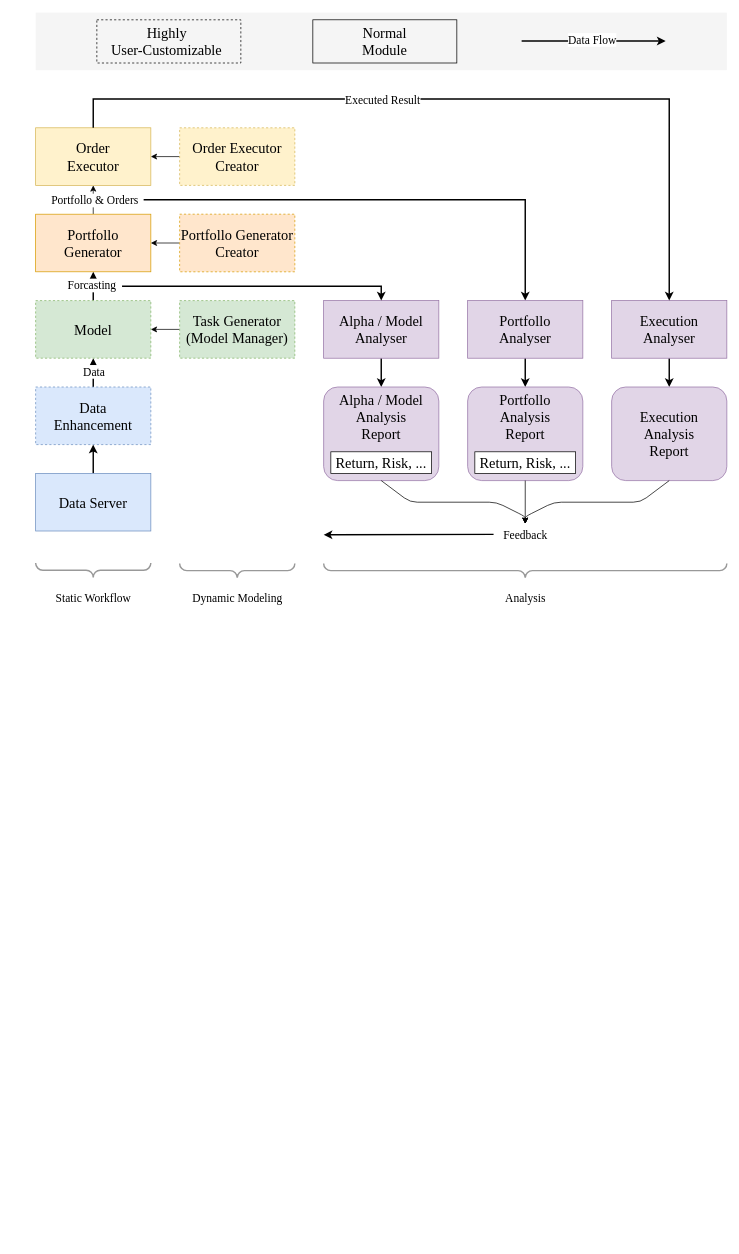
Earlier version of the draw.io diagram draw/Qlib流程.drawio (zhiyuan5986/draw_io). Source tidied: cells renumbered, new cells numbered last; positions are measured from the earlier drawing's top-left corner, leaving out a move shared by most shapes. Both pictures are drawn from the tidied source at 72%, with x=0, y=0 at pixel (35, 12).
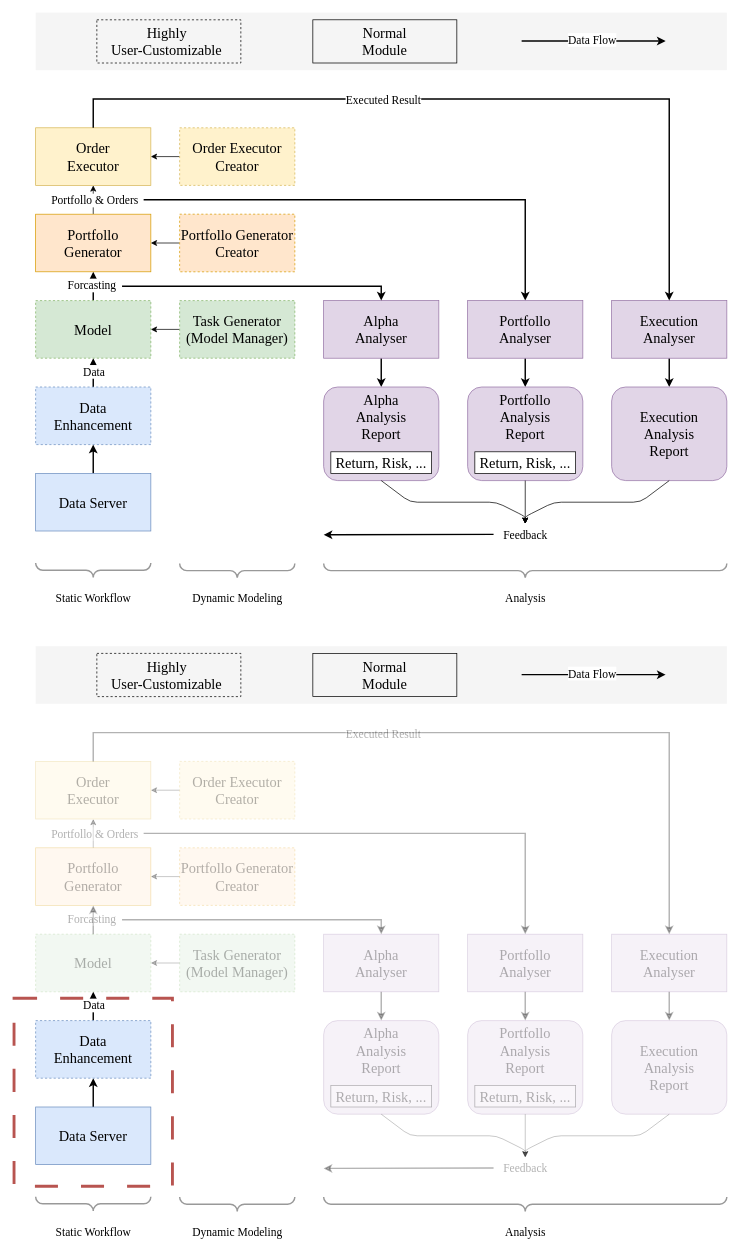
The same page after the edit.

The edit, as a diff of the source:
```diff
@@
-    <mxCell id="16" value="&lt;div&gt;&lt;font style=&quot;font-size: 20px;&quot; face=&quot;Times New Roman&quot;&gt;Alpha / Model&lt;/font&gt;&lt;/div&gt;&lt;font style=&quot;font-size: 20px;&quot; face=&quot;Times New Roman&quot;&gt;Analyser&lt;/font&gt;" style="rounded=0;whiteSpace=wrap;html=1;fillColor=#e1d5e7;strokeColor=#9673a6;" parent="1" vertex="1">
+    <mxCell id="16" value="&lt;div&gt;&lt;font style=&quot;font-size: 20px;&quot; face=&quot;Times New Roman&quot;&gt;Alpha&lt;/font&gt;&lt;/div&gt;&lt;font style=&quot;font-size: 20px;&quot; face=&quot;Times New Roman&quot;&gt;Analyser&lt;/font&gt;" style="rounded=0;whiteSpace=wrap;html=1;fillColor=#e1d5e7;strokeColor=#9673a6;" parent="1" vertex="1">
       <mxGeometry x="400" y="400" width="160" height="80" as="geometry" />
     </mxCell>
@@
-    <mxCell id="30" value="&lt;font style=&quot;font-size: 20px;&quot;&gt;Alpha / Model&lt;/font&gt;&lt;div style=&quot;font-size: 20px;&quot;&gt;&lt;font style=&quot;font-size: 20px;&quot;&gt;Analysis&lt;/font&gt;&lt;/div&gt;&lt;div style=&quot;font-size: 20px;&quot;&gt;&lt;font style=&quot;font-size: 20px;&quot;&gt;Report&lt;/font&gt;&lt;/div&gt;&lt;div style=&quot;font-size: 20px;&quot;&gt;&lt;font style=&quot;font-size: 20px;&quot;&gt;&lt;br&gt;&lt;/font&gt;&lt;/div&gt;&lt;div style=&quot;font-size: 20px;&quot;&gt;&lt;font style=&quot;font-size: 20px;&quot;&gt;&lt;br&gt;&lt;/font&gt;&lt;/div&gt;" style="rounded=1;whiteSpace=wrap;html=1;fontFamily=Times New Roman;fillColor=#e1d5e7;strokeColor=#9673a6;" parent="1" vertex="1">
+    <mxCell id="30" value="&lt;font style=&quot;font-size: 20px;&quot;&gt;Alpha&lt;/font&gt;&lt;div style=&quot;font-size: 20px;&quot;&gt;&lt;font style=&quot;font-size: 20px;&quot;&gt;Analysis&lt;/font&gt;&lt;/div&gt;&lt;div style=&quot;font-size: 20px;&quot;&gt;&lt;font style=&quot;font-size: 20px;&quot;&gt;Report&lt;/font&gt;&lt;/div&gt;&lt;div style=&quot;font-size: 20px;&quot;&gt;&lt;font style=&quot;font-size: 20px;&quot;&gt;&lt;br&gt;&lt;/font&gt;&lt;/div&gt;&lt;div style=&quot;font-size: 20px;&quot;&gt;&lt;font style=&quot;font-size: 20px;&quot;&gt;&lt;br&gt;&lt;/font&gt;&lt;/div&gt;" style="rounded=1;whiteSpace=wrap;html=1;fontFamily=Times New Roman;fillColor=#e1d5e7;strokeColor=#9673a6;" parent="1" vertex="1">
       <mxGeometry x="400" y="520" width="160" height="130" as="geometry" />
     </mxCell>
@@
+    <mxCell id="51" style="edgeStyle=orthogonalEdgeStyle;rounded=0;jettySize=auto;html=1;strokeWidth=2;" parent="1" edge="1" source="52" target="55">
+      <mxGeometry relative="1" as="geometry" />
+    </mxCell>
+    <mxCell id="52" value="&lt;font face=&quot;Times New Roman&quot; style=&quot;font-size: 20px;&quot;&gt;Data Server&lt;/font&gt;" style="rounded=0;whiteSpace=wrap;html=1;fillColor=#dae8fc;strokeColor=#6c8ebf;" parent="1" vertex="1">
+      <mxGeometry y="1520" width="160" height="80" as="geometry" />
+    </mxCell>
+    <mxCell id="53" style="edgeStyle=orthogonalEdgeStyle;rounded=0;jettySize=auto;html=1;strokeWidth=2;" parent="1" edge="1" source="55" target="60">
+      <mxGeometry relative="1" as="geometry" />
+    </mxCell>
+    <mxCell id="54" value="&lt;font style=&quot;font-size: 16px;&quot; face=&quot;Times New Roman&quot;&gt;Data&lt;/font&gt;" style="edgeLabel;html=1;align=center;verticalAlign=middle;" parent="53" vertex="1">
+      <mxGeometry x="0.08" relative="1" as="geometry" />
+    </mxCell>
+    <mxCell id="55" value="&lt;font face=&quot;Times New Roman&quot;&gt;&lt;span style=&quot;font-size: 20px;&quot;&gt;Data&lt;/span&gt;&lt;/font&gt;&lt;div&gt;&lt;span style=&quot;font-size: 20px; font-family: &amp;quot;Times New Roman&amp;quot;; background-color: initial;&quot;&gt;Enhancement&lt;/span&gt;&lt;/div&gt;" style="rounded=0;whiteSpace=wrap;html=1;fillColor=#dae8fc;strokeColor=#6c8ebf;dashed=1;" parent="1" vertex="1">
+      <mxGeometry y="1400" width="160" height="80" as="geometry" />
+    </mxCell>
+    <mxCell id="56" style="edgeStyle=orthogonalEdgeStyle;rounded=0;jettySize=auto;html=1;opacity=30;textOpacity=30;" parent="1" edge="1" source="57" target="60">
+      <mxGeometry relative="1" as="geometry" />
+    </mxCell>
+    <mxCell id="57" value="&lt;font face=&quot;Times New Roman&quot; style=&quot;font-size: 20px;&quot;&gt;Task Generator&lt;/font&gt;&lt;div&gt;&lt;font face=&quot;Times New Roman&quot; style=&quot;font-size: 20px;&quot;&gt;(Model Manager)&lt;/font&gt;&lt;/div&gt;" style="rounded=0;whiteSpace=wrap;html=1;fillColor=#d5e8d4;strokeColor=#82b366;dashed=1;opacity=30;textOpacity=30;" parent="1" vertex="1">
+      <mxGeometry x="200" y="1280" width="160" height="80" as="geometry" />
+    </mxCell>
+    <mxCell id="58" style="edgeStyle=orthogonalEdgeStyle;rounded=0;jettySize=auto;html=1;strokeWidth=2;opacity=30;textOpacity=30;" parent="1" edge="1" source="60" target="63">
+      <mxGeometry relative="1" as="geometry" />
+    </mxCell>
+    <mxCell id="59" value="&lt;font style=&quot;font-size: 16px;&quot; face=&quot;Times New Roman&quot;&gt;Forcasting&lt;/font&gt;" style="edgeLabel;html=1;align=center;verticalAlign=middle;textOpacity=30;" parent="58" vertex="1">
+      <mxGeometry x="0.1" y="3" relative="1" as="geometry" />
+    </mxCell>
+    <mxCell id="60" value="&lt;font style=&quot;font-size: 20px;&quot; face=&quot;Times New Roman&quot;&gt;Model&lt;/font&gt;" style="rounded=0;whiteSpace=wrap;html=1;fillColor=#d5e8d4;strokeColor=#82b366;dashed=1;opacity=30;textOpacity=30;" parent="1" vertex="1">
+      <mxGeometry y="1280" width="160" height="80" as="geometry" />
+    </mxCell>
+    <mxCell id="61" style="edgeStyle=orthogonalEdgeStyle;rounded=0;jettySize=auto;html=1;opacity=30;textOpacity=30;" parent="1" edge="1" source="63" target="69">
+      <mxGeometry relative="1" as="geometry" />
+    </mxCell>
+    <mxCell id="62" value="&lt;font style=&quot;font-size: 16px;&quot; face=&quot;Times New Roman&quot;&gt;Portfollo &amp;amp; Orders&lt;/font&gt;" style="edgeLabel;html=1;align=center;verticalAlign=middle;textOpacity=30;" parent="61" vertex="1">
+      <mxGeometry x="-0.02" y="-1" relative="1" as="geometry" />
+    </mxCell>
+    <mxCell id="63" value="&lt;font style=&quot;font-size: 20px;&quot; face=&quot;Times New Roman&quot;&gt;Portfollo&lt;/font&gt;&lt;div&gt;&lt;font style=&quot;font-size: 20px;&quot; face=&quot;Times New Roman&quot;&gt;Generator&lt;/font&gt;&lt;/div&gt;" style="rounded=0;whiteSpace=wrap;html=1;fillColor=#ffe6cc;strokeColor=#d79b00;opacity=30;textOpacity=30;" parent="1" vertex="1">
+      <mxGeometry y="1160" width="160" height="80" as="geometry" />
+    </mxCell>
+    <mxCell id="64" style="edgeStyle=orthogonalEdgeStyle;rounded=0;jettySize=auto;html=1;strokeWidth=2;opacity=30;" parent="1" edge="1" source="65" target="79">
+      <mxGeometry relative="1" as="geometry" />
+    </mxCell>
+    <mxCell id="65" value="&lt;div&gt;&lt;font style=&quot;font-size: 20px;&quot; face=&quot;Times New Roman&quot;&gt;Alpha&lt;/font&gt;&lt;/div&gt;&lt;div&gt;&lt;span style=&quot;background-color: initial; font-family: &amp;quot;Times New Roman&amp;quot;; font-size: 20px;&quot;&gt;Analyser&lt;/span&gt;&lt;/div&gt;" style="rounded=0;whiteSpace=wrap;html=1;fillColor=#e1d5e7;strokeColor=#9673a6;opacity=30;textOpacity=30;" parent="1" vertex="1">
+      <mxGeometry x="400" y="1280" width="160" height="80" as="geometry" />
+    </mxCell>
+    <mxCell id="66" style="endArrow=classic;html=1;rounded=0;entryX=0.5;entryY=0;entryDx=0;entryDy=0;strokeWidth=2;opacity=30;textOpacity=30;" parent="1" edge="1" target="65">
+      <mxGeometry relative="1" as="geometry">
+        <mxPoint x="120" y="1260" as="sourcePoint" />
+        <Array as="points">
+          <mxPoint x="480" y="1260" />
+        </Array>
+      </mxGeometry>
+    </mxCell>
+    <mxCell id="67" style="edgeStyle=orthogonalEdgeStyle;rounded=0;jettySize=auto;html=1;opacity=30;textOpacity=30;" parent="1" edge="1" source="68" target="63">
+      <mxGeometry relative="1" as="geometry" />
+    </mxCell>
+    <mxCell id="68" value="&lt;font style=&quot;font-size: 20px;&quot; face=&quot;Times New Roman&quot;&gt;Portfollo&amp;nbsp;&lt;/font&gt;&lt;span style=&quot;font-size: 20px; font-family: &amp;quot;Times New Roman&amp;quot;; background-color: initial;&quot;&gt;Generator&lt;/span&gt;&lt;div&gt;&lt;font style=&quot;font-size: 20px;&quot; face=&quot;Times New Roman&quot;&gt;Creator&lt;/font&gt;&lt;/div&gt;" style="rounded=0;whiteSpace=wrap;html=1;fillColor=#ffe6cc;strokeColor=#d79b00;dashed=1;opacity=30;textOpacity=30;" parent="1" vertex="1">
+      <mxGeometry x="200" y="1160" width="160" height="80" as="geometry" />
+    </mxCell>
+    <mxCell id="69" value="&lt;font face=&quot;Times New Roman&quot;&gt;&lt;span style=&quot;font-size: 20px;&quot;&gt;Order&lt;/span&gt;&lt;/font&gt;&lt;div&gt;&lt;font face=&quot;Times New Roman&quot;&gt;&lt;span style=&quot;font-size: 20px;&quot;&gt;Executor&lt;/span&gt;&lt;/font&gt;&lt;/div&gt;" style="rounded=0;whiteSpace=wrap;html=1;fillColor=#fff2cc;strokeColor=#d6b656;opacity=30;textOpacity=30;" parent="1" vertex="1">
+      <mxGeometry y="1040" width="160" height="80" as="geometry" />
+    </mxCell>
+    <mxCell id="70" style="edgeStyle=orthogonalEdgeStyle;rounded=0;jettySize=auto;html=1;opacity=30;textOpacity=30;" parent="1" edge="1" source="71" target="69">
+      <mxGeometry relative="1" as="geometry" />
+    </mxCell>
+    <mxCell id="71" value="&lt;font face=&quot;Times New Roman&quot;&gt;&lt;span style=&quot;font-size: 20px;&quot;&gt;Order Executor&lt;/span&gt;&lt;/font&gt;&lt;div&gt;&lt;font style=&quot;font-size: 20px;&quot; face=&quot;Times New Roman&quot;&gt;Creator&lt;/font&gt;&lt;/div&gt;" style="rounded=0;whiteSpace=wrap;html=1;fillColor=#fff2cc;strokeColor=#d6b656;dashed=1;opacity=30;textOpacity=30;" parent="1" vertex="1">
+      <mxGeometry x="200" y="1040" width="160" height="80" as="geometry" />
+    </mxCell>
+    <mxCell id="72" style="endArrow=classic;html=1;rounded=0;entryX=0.5;entryY=0;entryDx=0;entryDy=0;strokeWidth=2;opacity=30;textOpacity=30;" parent="1" edge="1" target="74">
+      <mxGeometry relative="1" as="geometry">
+        <mxPoint x="150" y="1140" as="sourcePoint" />
+        <Array as="points">
+          <mxPoint x="680" y="1140" />
+        </Array>
+      </mxGeometry>
+    </mxCell>
+    <mxCell id="73" style="edgeStyle=orthogonalEdgeStyle;rounded=0;jettySize=auto;html=1;strokeWidth=2;opacity=30;" parent="1" edge="1" source="74" target="81">
+      <mxGeometry relative="1" as="geometry" />
+    </mxCell>
+    <mxCell id="74" value="&lt;div&gt;&lt;font style=&quot;font-size: 20px;&quot; face=&quot;Times New Roman&quot;&gt;Portfollo&lt;/font&gt;&lt;/div&gt;&lt;font style=&quot;font-size: 20px;&quot; face=&quot;Times New Roman&quot;&gt;Analyser&lt;/font&gt;" style="rounded=0;whiteSpace=wrap;html=1;fillColor=#e1d5e7;strokeColor=#9673a6;opacity=30;textOpacity=30;" parent="1" vertex="1">
+      <mxGeometry x="600" y="1280" width="160" height="80" as="geometry" />
+    </mxCell>
+    <mxCell id="75" style="edgeStyle=orthogonalEdgeStyle;rounded=0;jettySize=auto;html=1;strokeWidth=2;opacity=30;" parent="1" edge="1" source="76" target="83">
+      <mxGeometry relative="1" as="geometry" />
+    </mxCell>
+    <mxCell id="76" value="&lt;div&gt;&lt;font style=&quot;font-size: 20px;&quot; face=&quot;Times New Roman&quot;&gt;Execution&lt;/font&gt;&lt;/div&gt;&lt;font style=&quot;font-size: 20px;&quot; face=&quot;Times New Roman&quot;&gt;Analyser&lt;/font&gt;" style="rounded=0;whiteSpace=wrap;html=1;fillColor=#e1d5e7;strokeColor=#9673a6;opacity=30;textOpacity=30;" parent="1" vertex="1">
+      <mxGeometry x="800" y="1280" width="160" height="80" as="geometry" />
+    </mxCell>
+    <mxCell id="77" style="endArrow=classic;html=1;rounded=0;entryX=0.5;entryY=0;entryDx=0;entryDy=0;exitX=0.5;exitY=0;exitDx=0;exitDy=0;strokeWidth=2;opacity=30;textOpacity=30;" parent="1" edge="1" source="69">
+      <mxGeometry relative="1" as="geometry">
+        <mxPoint x="880" y="1280" as="targetPoint" />
+        <Array as="points">
+          <mxPoint x="80" y="1000" />
+          <mxPoint x="880" y="1000" />
+        </Array>
+      </mxGeometry>
+    </mxCell>
+    <mxCell id="78" value="&lt;font style=&quot;font-size: 16px;&quot;&gt;Executed Result&lt;/font&gt;" style="edgeLabel;html=1;align=center;verticalAlign=middle;fontFamily=Times New Roman;textOpacity=30;" parent="77" vertex="1">
+      <mxGeometry x="-0.21" y="-1" relative="1" as="geometry" />
+    </mxCell>
+    <mxCell id="79" value="&lt;font style=&quot;font-size: 20px;&quot;&gt;Alpha&lt;/font&gt;&lt;div style=&quot;font-size: 20px;&quot;&gt;&lt;font style=&quot;font-size: 20px;&quot;&gt;Analysis&lt;/font&gt;&lt;/div&gt;&lt;div style=&quot;font-size: 20px;&quot;&gt;&lt;font style=&quot;font-size: 20px;&quot;&gt;Report&lt;/font&gt;&lt;/div&gt;&lt;div style=&quot;font-size: 20px;&quot;&gt;&lt;font style=&quot;font-size: 20px;&quot;&gt;&lt;br&gt;&lt;/font&gt;&lt;/div&gt;&lt;div style=&quot;font-size: 20px;&quot;&gt;&lt;font style=&quot;font-size: 20px;&quot;&gt;&lt;br&gt;&lt;/font&gt;&lt;/div&gt;" style="rounded=1;whiteSpace=wrap;html=1;fontFamily=Times New Roman;fillColor=#e1d5e7;strokeColor=#9673a6;opacity=30;textOpacity=30;" parent="1" vertex="1">
+      <mxGeometry x="400" y="1400" width="160" height="130" as="geometry" />
+    </mxCell>
+    <mxCell id="80" value="&lt;font style=&quot;font-size: 20px;&quot; face=&quot;Times New Roman&quot;&gt;Return, Risk, ...&lt;/font&gt;" style="rounded=0;whiteSpace=wrap;html=1;opacity=30;textOpacity=30;" parent="1" vertex="1">
+      <mxGeometry x="410" y="1490" width="140" height="30" as="geometry" />
+    </mxCell>
+    <mxCell id="81" value="&lt;font style=&quot;font-size: 20px;&quot;&gt;Portfollo&lt;/font&gt;&lt;div style=&quot;font-size: 20px;&quot;&gt;&lt;font style=&quot;font-size: 20px;&quot;&gt;Analysis&lt;/font&gt;&lt;/div&gt;&lt;div style=&quot;font-size: 20px;&quot;&gt;&lt;font style=&quot;font-size: 20px;&quot;&gt;Report&lt;/font&gt;&lt;/div&gt;&lt;div style=&quot;font-size: 20px;&quot;&gt;&lt;font style=&quot;font-size: 20px;&quot;&gt;&lt;br&gt;&lt;/font&gt;&lt;/div&gt;&lt;div style=&quot;font-size: 20px;&quot;&gt;&lt;font style=&quot;font-size: 20px;&quot;&gt;&lt;br&gt;&lt;/font&gt;&lt;/div&gt;" style="rounded=1;whiteSpace=wrap;html=1;fontFamily=Times New Roman;fillColor=#e1d5e7;strokeColor=#9673a6;opacity=30;textOpacity=30;" parent="1" vertex="1">
+      <mxGeometry x="600" y="1400" width="160" height="130" as="geometry" />
+    </mxCell>
+    <mxCell id="82" value="&lt;font style=&quot;font-size: 20px;&quot; face=&quot;Times New Roman&quot;&gt;Return, Risk, ...&lt;/font&gt;" style="rounded=0;whiteSpace=wrap;html=1;opacity=30;textOpacity=30;" parent="1" vertex="1">
+      <mxGeometry x="610" y="1490" width="140" height="30" as="geometry" />
+    </mxCell>
+    <mxCell id="83" value="&lt;font style=&quot;font-size: 20px;&quot;&gt;Execution&lt;/font&gt;&lt;div style=&quot;font-size: 20px;&quot;&gt;&lt;font style=&quot;font-size: 20px;&quot;&gt;Analysis&lt;/font&gt;&lt;/div&gt;&lt;div style=&quot;font-size: 20px;&quot;&gt;&lt;font style=&quot;font-size: 20px;&quot;&gt;Report&lt;/font&gt;&lt;/div&gt;" style="rounded=1;whiteSpace=wrap;html=1;fontFamily=Times New Roman;fillColor=#e1d5e7;strokeColor=#9673a6;opacity=30;textOpacity=30;" parent="1" vertex="1">
+      <mxGeometry x="800" y="1400" width="160" height="130" as="geometry" />
+    </mxCell>
+    <mxCell id="84" style="endArrow=classic;html=1;rounded=1;exitX=0.5;exitY=1;exitDx=0;exitDy=0;curved=0;opacity=30;textOpacity=30;" parent="1" edge="1" source="79">
+      <mxGeometry relative="1" as="geometry">
+        <mxPoint x="680" y="1590" as="targetPoint" />
+        <Array as="points">
+          <mxPoint x="520" y="1560" />
+          <mxPoint x="640" y="1560" />
+          <mxPoint x="680" y="1580" />
+        </Array>
+      </mxGeometry>
+    </mxCell>
+    <mxCell id="85" style="endArrow=classic;html=1;rounded=0;exitX=0.5;exitY=1;exitDx=0;exitDy=0;opacity=30;textOpacity=30;" parent="1" edge="1" source="81">
+      <mxGeometry relative="1" as="geometry">
+        <mxPoint x="680" y="1590" as="targetPoint" />
+      </mxGeometry>
+    </mxCell>
+    <mxCell id="86" style="endArrow=classic;html=1;rounded=1;exitX=0.5;exitY=1;exitDx=0;exitDy=0;curved=0;opacity=30;textOpacity=30;" parent="1" edge="1" source="83">
+      <mxGeometry relative="1" as="geometry">
+        <mxPoint x="680" y="1590" as="targetPoint" />
+        <Array as="points">
+          <mxPoint x="840" y="1560" />
+          <mxPoint x="720" y="1560" />
+          <mxPoint x="680" y="1580" />
+        </Array>
+      </mxGeometry>
+    </mxCell>
+    <mxCell id="87" value="&lt;font style=&quot;font-size: 16px;&quot;&gt;Feedback&lt;/font&gt;" style="text;html=1;align=center;verticalAlign=middle;strokeColor=none;fillColor=none;fontFamily=Times New Roman;textOpacity=30;" parent="1" vertex="1">
+      <mxGeometry x="640" y="1590" width="80" height="30" as="geometry" />
+    </mxCell>
+    <mxCell id="88" style="endArrow=classic;html=1;rounded=0;exitX=-0.05;exitY=0.312;exitDx=0;exitDy=0;exitPerimeter=0;fontSize=11;strokeWidth=2;opacity=30;textOpacity=30;" parent="1" edge="1">
+      <mxGeometry relative="1" as="geometry">
+        <mxPoint x="636" y="1604.7" as="sourcePoint" />
+        <mxPoint x="400" y="1605.3" as="targetPoint" />
+      </mxGeometry>
+    </mxCell>
+    <mxCell id="89" style="verticalLabelPosition=bottom;shadow=0;dashed=0;align=center;html=1;verticalAlign=top;strokeWidth=2;shape=mxgraph.mockup.markup.curlyBrace;whiteSpace=wrap;strokeColor=#999999;rotation=-180;" parent="1" vertex="1">
+      <mxGeometry y="1644.5" width="160" height="20" as="geometry" />
+    </mxCell>
+    <mxCell id="90" value="Static Workflow" style="text;html=1;align=center;verticalAlign=middle;strokeColor=none;fillColor=none;fontSize=16;fontFamily=Times New Roman;" parent="1" vertex="1">
+      <mxGeometry x="15" y="1678" width="130" height="30" as="geometry" />
+    </mxCell>
+    <mxCell id="91" style="verticalLabelPosition=bottom;shadow=0;dashed=0;align=center;html=1;verticalAlign=top;strokeWidth=2;shape=mxgraph.mockup.markup.curlyBrace;whiteSpace=wrap;strokeColor=#999999;rotation=-180;" parent="1" vertex="1">
+      <mxGeometry x="200" y="1645" width="160" height="20" as="geometry" />
+    </mxCell>
+    <mxCell id="92" value="Dynamic Modeling" style="text;html=1;align=center;verticalAlign=middle;strokeColor=none;fillColor=none;fontSize=16;fontFamily=Times New Roman;" parent="1" vertex="1">
+      <mxGeometry x="205" y="1678" width="150" height="30" as="geometry" />
+    </mxCell>
+    <mxCell id="93" value="Analysis" style="text;html=1;align=center;verticalAlign=middle;strokeColor=none;fillColor=none;fontSize=16;fontFamily=Times New Roman;" parent="1" vertex="1">
+      <mxGeometry x="640" y="1678" width="80" height="30" as="geometry" />
+    </mxCell>
+    <mxCell id="94" style="verticalLabelPosition=bottom;shadow=0;dashed=0;align=center;html=1;verticalAlign=top;strokeWidth=2;shape=mxgraph.mockup.markup.curlyBrace;whiteSpace=wrap;strokeColor=#999999;rotation=-180;" parent="1" vertex="1">
+      <mxGeometry x="400" y="1645" width="560" height="20" as="geometry" />
+    </mxCell>
+    <mxCell id="95" style="rounded=0;whiteSpace=wrap;html=1;fillColor=#f5f5f5;fontColor=#333333;strokeColor=none;" parent="1" vertex="1">
+      <mxGeometry y="880" width="960" height="80" as="geometry" />
+    </mxCell>
+    <mxCell id="96" value="&lt;font style=&quot;font-size: 20px;&quot;&gt;Highly&amp;nbsp;&lt;/font&gt;&lt;div style=&quot;font-size: 20px;&quot;&gt;&lt;font style=&quot;font-size: 20px;&quot;&gt;User-Customizable&lt;span style=&quot;white-space: pre; font-size: 20px;&quot;&gt;&#9;&lt;/span&gt;&lt;/font&gt;&lt;/div&gt;" style="rounded=0;whiteSpace=wrap;html=1;fillColor=none;dashed=1;fontFamily=Times New Roman;fontSize=20;" parent="1" vertex="1">
+      <mxGeometry x="85" y="890" width="200" height="60" as="geometry" />
+    </mxCell>
+    <mxCell id="97" value="Normal&lt;div&gt;Module&lt;/div&gt;" style="rounded=0;whiteSpace=wrap;html=1;fillColor=none;fontFamily=Times New Roman;fontSize=20;" parent="1" vertex="1">
+      <mxGeometry x="385" y="890" width="200" height="60" as="geometry" />
+    </mxCell>
+    <mxCell id="98" style="endArrow=classic;html=1;rounded=0;strokeWidth=2;" parent="1" edge="1">
+      <mxGeometry relative="1" as="geometry">
+        <mxPoint x="675" y="919.5" as="sourcePoint" />
+        <mxPoint x="875" y="919.5" as="targetPoint" />
+      </mxGeometry>
+    </mxCell>
+    <mxCell id="99" value="&lt;font style=&quot;font-size: 16px;&quot; face=&quot;Times New Roman&quot;&gt;Data Flow&lt;/font&gt;" style="edgeLabel;html=1;align=center;verticalAlign=middle;" parent="98" vertex="1">
+      <mxGeometry x="-0.03" y="2" relative="1" as="geometry" />
+    </mxCell>
+    <mxCell id="100" style="rounded=0;whiteSpace=wrap;html=1;fillColor=none;strokeColor=#b85450;dashed=1;strokeWidth=4;dashPattern=8 8;" parent="1" vertex="1">
+      <mxGeometry x="-30" y="1369" width="220" height="261" as="geometry" />
+    </mxCell>
```
